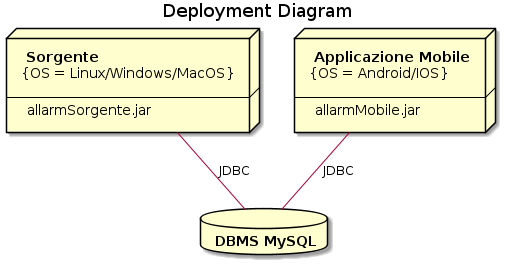
Above: build/diagrams/deployment.png in xFA25E/sweng_14_2019 (PlantUML), before the change.
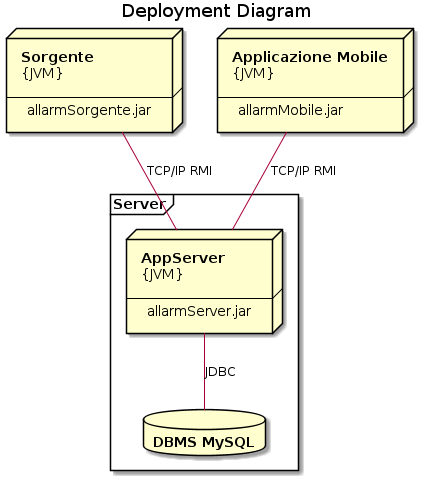
Later version of the same file.

What changed in the source:
```diff
@@ -2,25 +2,35 @@
 title Deployment Diagram
 
 node Sorgente  [
-<b> Sorgente
-{OS = Linux/Windows/MacOS}
+<b>Sorgente
+{JVM}
 
 ---
 allarmSorgente.jar
 ]
 
-node AppMobile [
-<b> Applicazione Mobile
-{OS = Android/IOS}
+node AppMobile[
+<b>Applicazione Mobile
+{JVM}
 
 ---
 allarmMobile.jar
 ]
 
-database DB [
-<b> DBMS MySQL
-]
+frame Server {
+    node Server [
+    <b>AppServer
+    {JVM}
 
-Sorgente -- DB : JDBC
-AppMobile -- DB : JDBC
+    ---
+    allarmServer.jar
+    ]
+    database DB [
+    <b>DBMS MySQL
+    ]
+}
+
+Sorgente -- Server : TCP/IP RMI
+AppMobile -- Server : TCP/IP RMI
+Server -- DB : JDBC
 @enduml
```
